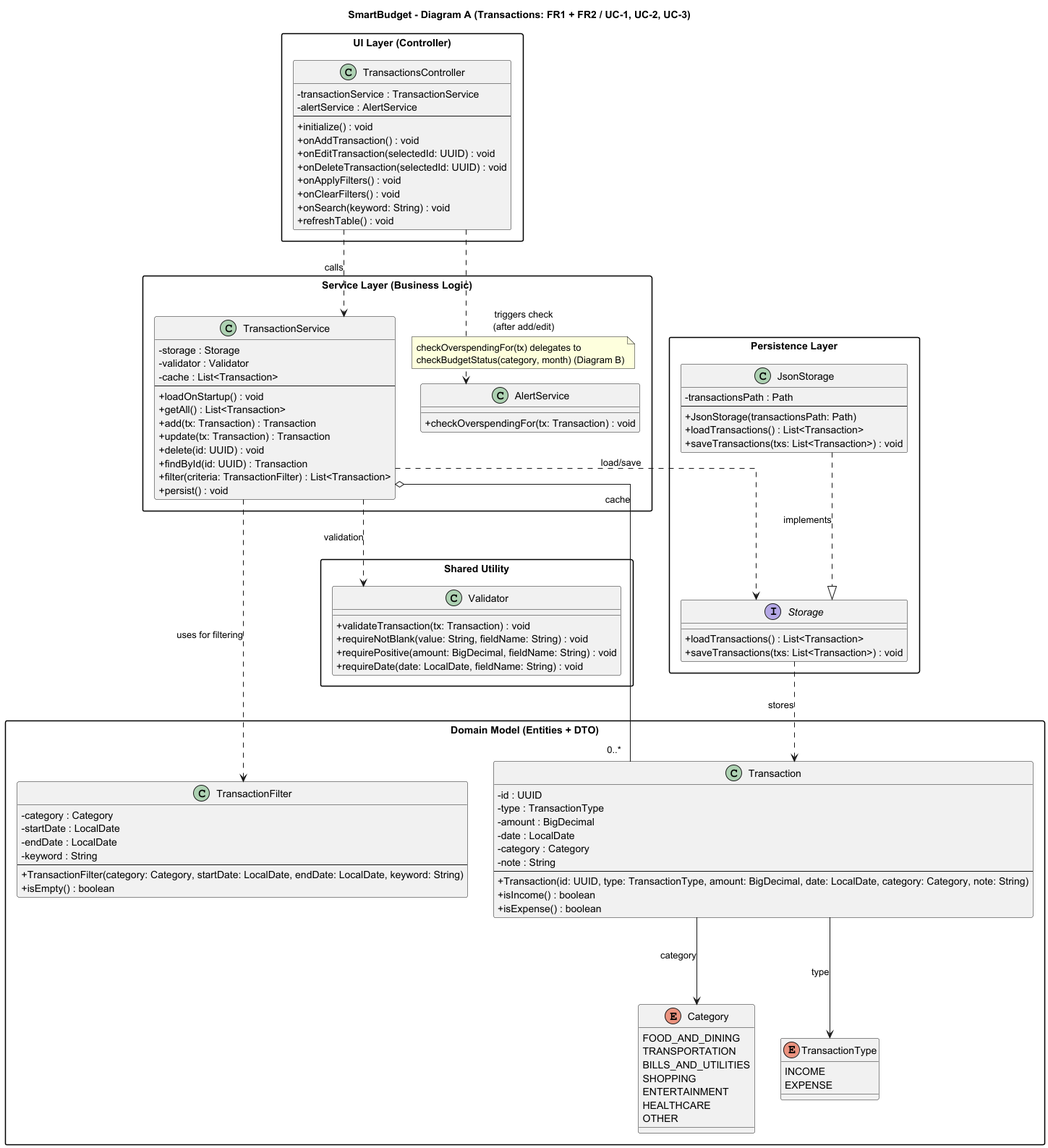
The PlantUML diagram docs/diagrams/class diagrams/class diagram A - Transactons-SmartBudget.png in mohsenpasdar/smartbudget, before a commit.
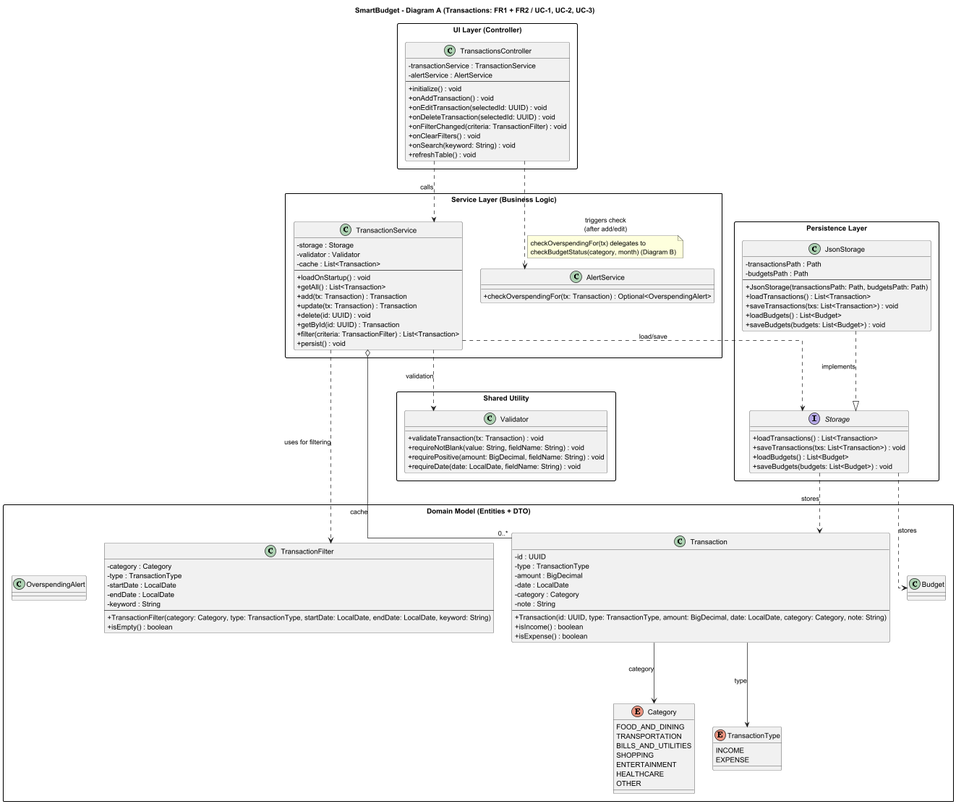
The same diagram one commit later.

Commit message:
make class diagrams consistent with other diagrams

The edit, as a diff of the source:
```diff
@@ -15,7 +15,7 @@
     + onAddTransaction() : void
     + onEditTransaction(selectedId: UUID) : void
     + onDeleteTransaction(selectedId: UUID) : void
-    + onApplyFilters() : void
+    + onFilterChanged(criteria: TransactionFilter) : void
     + onClearFilters() : void
     + onSearch(keyword: String) : void
     + refreshTable() : void
@@ -33,13 +33,13 @@
     + add(tx: Transaction) : Transaction
     + update(tx: Transaction) : Transaction
     + delete(id: UUID) : void
-    + findById(id: UUID) : Transaction
+    + getById(id: UUID) : Transaction
     + filter(criteria: TransactionFilter) : List<Transaction>
     + persist() : void
   }
 
   class AlertService {
-    + checkOverspendingFor(tx: Transaction) : void
+    + checkOverspendingFor(tx: Transaction) : Optional<OverspendingAlert>
   }
 }
 
@@ -75,27 +75,36 @@
 
   class TransactionFilter {
     - category : Category
+    - type : TransactionType
     - startDate : LocalDate
     - endDate : LocalDate
     - keyword : String
     --
-    + TransactionFilter(category: Category, startDate: LocalDate, endDate: LocalDate, keyword: String)
+    + TransactionFilter(category: Category, type: TransactionType, startDate: LocalDate, endDate: LocalDate, keyword: String)
     + isEmpty() : boolean
   }
+
+  class Budget
+  class OverspendingAlert
 }
 
 package "Persistence Layer" as PERSIST {
   interface Storage {
     + loadTransactions() : List<Transaction>
     + saveTransactions(txs: List<Transaction>) : void
+    + loadBudgets() : List<Budget>
+    + saveBudgets(budgets: List<Budget>) : void
   }
 
   class JsonStorage {
     - transactionsPath : Path
+    - budgetsPath : Path
     --
-    + JsonStorage(transactionsPath: Path)
+    + JsonStorage(transactionsPath: Path, budgetsPath: Path)
     + loadTransactions() : List<Transaction>
     + saveTransactions(txs: List<Transaction>) : void
+    + loadBudgets() : List<Budget>
+    + saveBudgets(budgets: List<Budget>) : void
   }
 }
 
@@ -123,6 +132,7 @@
 
 JsonStorage ..|> Storage : implements
 Storage ..> Transaction : stores
+Storage ..> Budget : stores
 
 Transaction --> Category : category
 Transaction --> TransactionType : type
```
